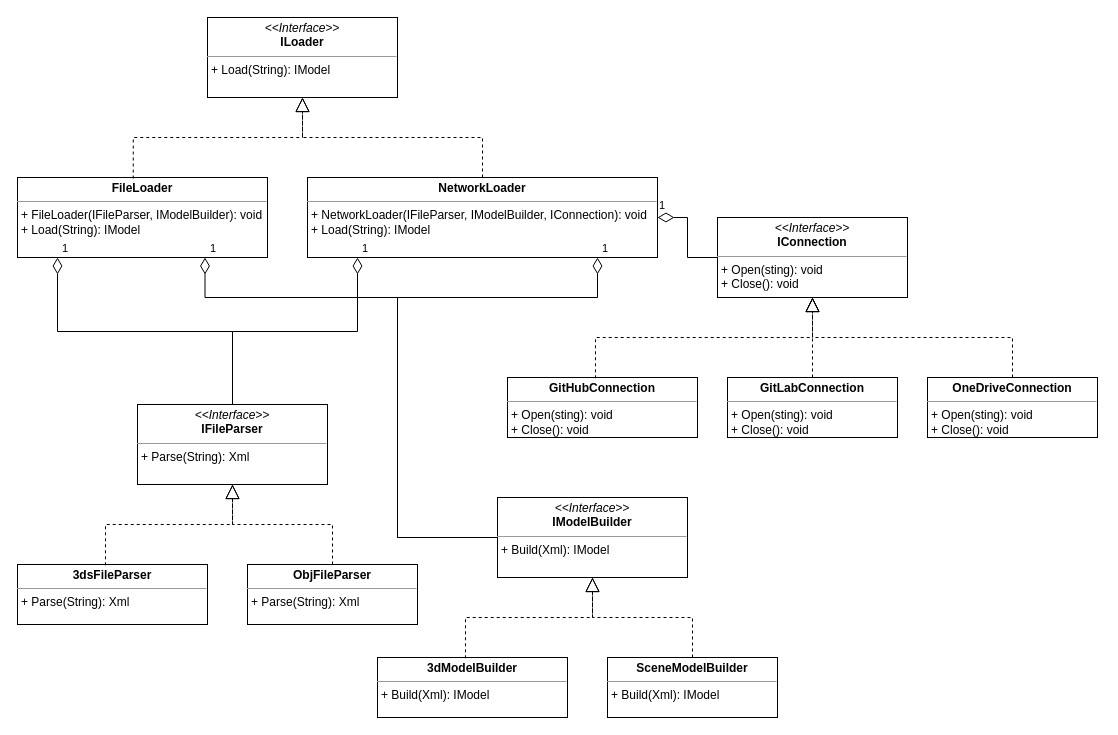
This is page "Loading" (1 of 3) of module_2/Classes.drawio from SheinEA/gb_architect, a draw.io file, before an edit. Source tidied: cells renumbered, new cells numbered last; positions are measured from the earlier drawing's top-left corner, leaving out a move shared by most shapes. Both pictures are drawn from the tidied source at 100%, with x=0, y=0 at pixel (17, 17).
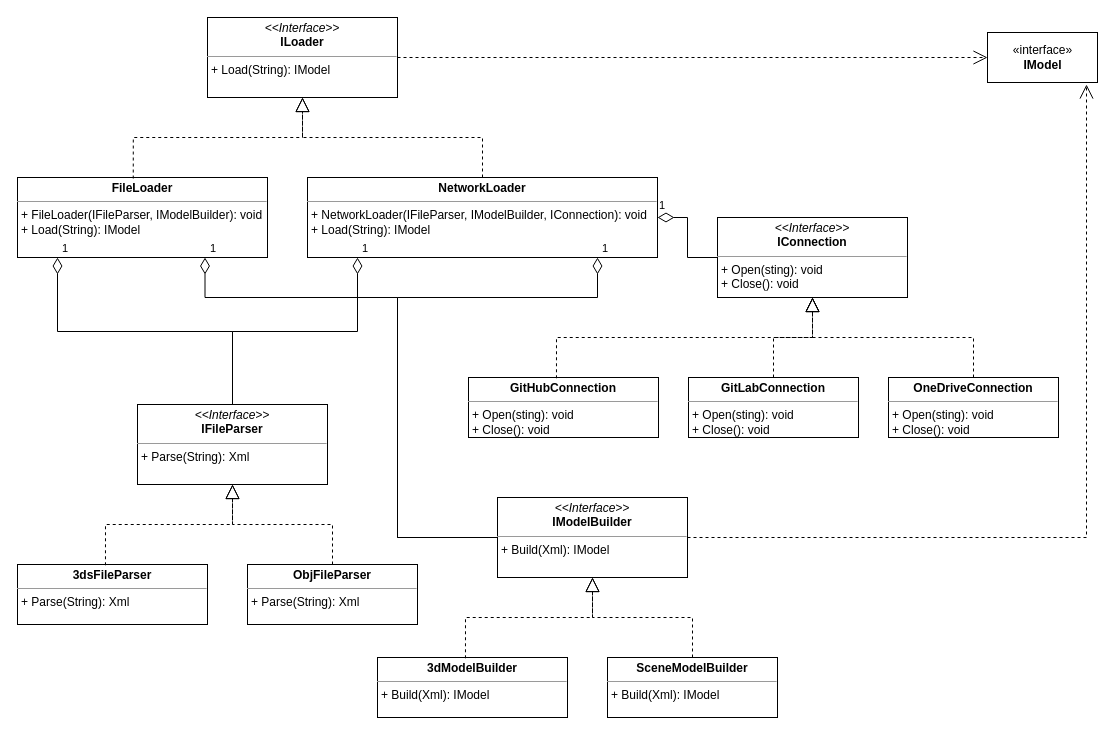
After the change.

The change refers to these unchanged cells:
```xml
<mxCell id="2" value="&lt;p style=&quot;margin: 0px ; margin-top: 4px ; text-align: center&quot;&gt;&lt;i&gt;&amp;lt;&amp;lt;Interface&amp;gt;&amp;gt;&lt;/i&gt;&lt;br&gt;&lt;b&gt;ILoader&lt;/b&gt;&lt;/p&gt;&lt;hr size=&quot;1&quot;&gt;&lt;p style=&quot;margin: 0px ; margin-left: 4px&quot;&gt;+ Load(String): IModel&lt;br&gt;&lt;/p&gt;" style="verticalAlign=top;align=left;overflow=fill;fontSize=12;fontFamily=Helvetica;html=1;" parent="1" vertex="1">
  <mxGeometry x="190" width="190" height="80" as="geometry" />
</mxCell>
<mxCell id="12" value="&lt;p style=&quot;margin: 0px ; margin-top: 4px ; text-align: center&quot;&gt;&lt;i&gt;&amp;lt;&amp;lt;Interface&amp;gt;&amp;gt;&lt;/i&gt;&lt;br&gt;&lt;b&gt;IModelBuilder&lt;/b&gt;&lt;/p&gt;&lt;hr size=&quot;1&quot;&gt;&lt;p style=&quot;margin: 0px ; margin-left: 4px&quot;&gt;+ Build(Xml): IModel&lt;br&gt;&lt;/p&gt;" style="verticalAlign=top;align=left;overflow=fill;fontSize=12;fontFamily=Helvetica;html=1;" parent="1" vertex="1">
  <mxGeometry x="480" y="480" width="190" height="80" as="geometry" />
</mxCell>
```

The edit, as a diff of the source:
```diff
@@
     <mxCell id="18" value="&lt;p style=&quot;margin: 4px 0px 0px ; text-align: center&quot;&gt;&lt;b&gt;GitHubConnection&lt;/b&gt;&lt;/p&gt;&lt;hr size=&quot;1&quot;&gt;&lt;p style=&quot;margin: 0px 0px 0px 4px&quot;&gt;+ Open(sting): void&lt;br&gt;&lt;/p&gt;&lt;p style=&quot;margin: 0px 0px 0px 4px&quot;&gt;+ Close(): void&lt;/p&gt;" style="verticalAlign=top;align=left;overflow=fill;fontSize=12;fontFamily=Helvetica;html=1;" parent="1" vertex="1">
-      <mxGeometry x="490" y="360" width="190" height="60" as="geometry" />
+      <mxGeometry x="451" y="360" width="190" height="60" as="geometry" />
     </mxCell>
     <mxCell id="19" value="&lt;p style=&quot;margin: 4px 0px 0px ; text-align: center&quot;&gt;&lt;b&gt;GitLabConnection&lt;/b&gt;&lt;/p&gt;&lt;hr size=&quot;1&quot; style=&quot;outline: 0px&quot;&gt;&lt;p style=&quot;margin: 0px 0px 0px 4px&quot;&gt;+ Open(sting): void&lt;br&gt;&lt;/p&gt;&lt;p style=&quot;margin: 0px 0px 0px 4px&quot;&gt;+ Close(): void&lt;/p&gt;" style="verticalAlign=top;align=left;overflow=fill;fontSize=12;fontFamily=Helvetica;html=1;" parent="1" vertex="1">
-      <mxGeometry x="710" y="360" width="170" height="60" as="geometry" />
+      <mxGeometry x="671" y="360" width="170" height="60" as="geometry" />
     </mxCell>
@@
     <mxCell id="22" value="&lt;p style=&quot;margin: 4px 0px 0px ; text-align: center&quot;&gt;&lt;b&gt;OneDriveConnection&lt;/b&gt;&lt;/p&gt;&lt;hr size=&quot;1&quot; style=&quot;outline: 0px&quot;&gt;&lt;p style=&quot;margin: 0px 0px 0px 4px&quot;&gt;+ Open(sting): void&lt;br&gt;&lt;/p&gt;&lt;p style=&quot;margin: 0px 0px 0px 4px&quot;&gt;+ Close(): void&lt;/p&gt;" style="verticalAlign=top;align=left;overflow=fill;fontSize=12;fontFamily=Helvetica;html=1;" parent="1" vertex="1">
-      <mxGeometry x="910" y="360" width="170" height="60" as="geometry" />
+      <mxGeometry x="871" y="360" width="170" height="60" as="geometry" />
     </mxCell>
@@
+    <mxCell id="29" value="«interface»&lt;br&gt;&lt;b&gt;IModel&lt;/b&gt;" style="html=1;" parent="1" vertex="1">
+      <mxGeometry x="970" y="15" width="110" height="50" as="geometry" />
+    </mxCell>
+    <mxCell id="30" style="endArrow=open;endFill=1;endSize=12;html=1;edgeStyle=orthogonalEdgeStyle;rounded=0;dashed=1;" parent="1" edge="1" source="2" target="29">
+      <mxGeometry relative="1" as="geometry" />
+    </mxCell>
+    <mxCell id="31" style="endArrow=open;endFill=1;endSize=12;html=1;edgeStyle=orthogonalEdgeStyle;rounded=0;dashed=1;exitX=1;exitY=0.5;exitDx=0;exitDy=0;entryX=0.9;entryY=1.04;entryDx=0;entryDy=0;entryPerimeter=0;" parent="1" edge="1" source="12" target="29">
+      <mxGeometry relative="1" as="geometry" />
+    </mxCell>
```
